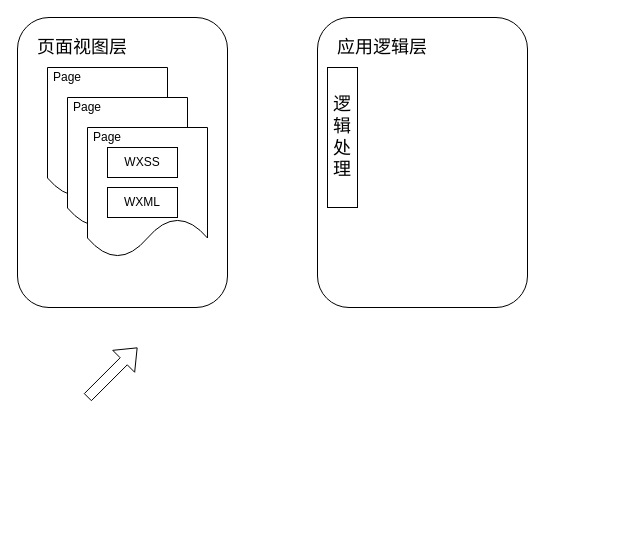
The draw.io diagram DoGood.drawio in yuhexue/IMOOCMessager, before the edit. Source tidied: cells renumbered, new cells numbered last; positions are measured from the earlier drawing's top-left corner, leaving out a move shared by most shapes. Both pictures are drawn from the tidied source at 100%, with x=0, y=0 at pixel (17, 17).
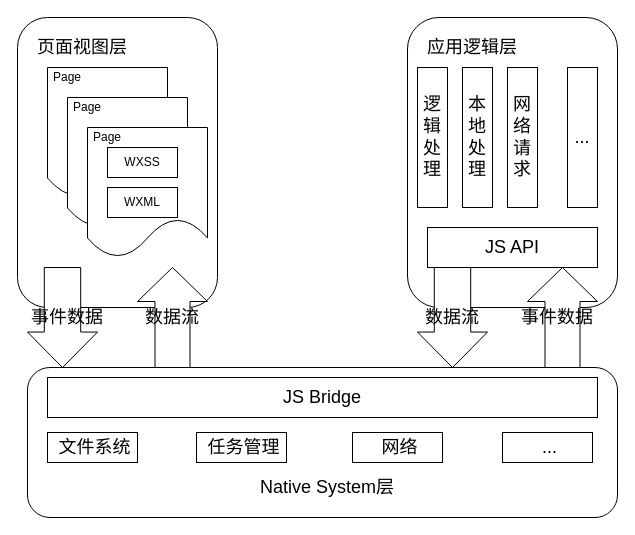
The same page after the edit.

Change to the diagram source:
```diff
@@
     <mxCell id="2" style="rounded=1;whiteSpace=wrap;html=1;" parent="1" vertex="1">
-      <mxGeometry width="210" height="290" as="geometry" />
+      <mxGeometry width="200" height="290" as="geometry" />
     </mxCell>
@@
-    <mxCell id="12" style="edgeStyle=orthogonalEdgeStyle;rounded=0;orthogonalLoop=1;jettySize=auto;html=1;exitX=0.5;exitY=1;exitDx=0;exitDy=0;" parent="1" edge="1" source="2" target="2">
-      <mxGeometry relative="1" as="geometry" />
+    <mxCell id="12" style="edgeStyle=orthogonalEdgeStyle;rounded=0;orthogonalLoop=1;jettySize=auto;html=1;exitX=0.5;exitY=1;exitDx=0;exitDy=0;" parent="1" edge="1">
+      <mxGeometry relative="1" as="geometry">
+        <mxPoint x="100" y="230" as="sourcePoint" />
+        <mxPoint x="100" y="230" as="targetPoint" />
+      </mxGeometry>
     </mxCell>
     <mxCell id="13" style="rounded=1;whiteSpace=wrap;html=1;" parent="1" vertex="1">
-      <mxGeometry x="300" width="210" height="290" as="geometry" />
+      <mxGeometry x="390" width="210" height="290" as="geometry" />
     </mxCell>
     <mxCell id="14" value="&lt;font style=&quot;font-size: 18px&quot;&gt;应用逻辑层&lt;/font&gt;" style="text;html=1;strokeColor=none;fillColor=none;align=center;verticalAlign=middle;whiteSpace=wrap;rounded=0;" parent="1" vertex="1">
-      <mxGeometry x="310" y="10" width="110" height="40" as="geometry" />
+      <mxGeometry x="400" y="10" width="110" height="40" as="geometry" />
     </mxCell>
@@
     <mxCell id="16" value="&lt;font style=&quot;font-size: 18px&quot;&gt;逻辑处理&lt;/font&gt;" style="rounded=0;whiteSpace=wrap;html=1;" parent="1" vertex="1">
-      <mxGeometry x="310" y="50" width="30" height="140" as="geometry" />
+      <mxGeometry x="400" y="50" width="30" height="140" as="geometry" />
     </mxCell>
-    <mxCell id="17" style="shape=flexArrow;endArrow=classic;html=1;" parent="1" edge="1">
-      <mxGeometry relative="1" as="geometry">
-        <mxPoint x="70" y="380" as="sourcePoint" />
-        <mxPoint x="120" y="330" as="targetPoint" />
-      </mxGeometry>
-    </mxCell>
+    <mxCell id="18" style="shape=singleArrow;direction=south;whiteSpace=wrap;html=1;arrowWidth=0.52;arrowSize=0.35454545454545455;" parent="1" vertex="1">
+      <mxGeometry x="10" y="250" width="70" height="100" as="geometry" />
+    </mxCell>
+    <mxCell id="19" value="&lt;font style=&quot;font-size: 18px&quot;&gt;事件数据&lt;/font&gt;" style="text;html=1;strokeColor=none;fillColor=none;align=center;verticalAlign=middle;whiteSpace=wrap;rounded=0;" parent="1" vertex="1">
+      <mxGeometry x="10" y="290" width="80" height="20" as="geometry" />
+    </mxCell>
+    <mxCell id="20" style="edgeStyle=orthogonalEdgeStyle;rounded=0;orthogonalLoop=1;jettySize=auto;html=1;exitX=0.5;exitY=1;exitDx=0;exitDy=0;" parent="1" edge="1" source="19" target="19">
+      <mxGeometry relative="1" as="geometry" />
+    </mxCell>
+    <mxCell id="21" style="shape=singleArrow;direction=south;whiteSpace=wrap;html=1;arrowWidth=0.52;arrowSize=0.35454545454545455;" parent="1" vertex="1">
+      <mxGeometry x="400" y="250" width="70" height="100" as="geometry" />
+    </mxCell>
+    <mxCell id="22" style="shape=singleArrow;direction=north;whiteSpace=wrap;html=1;arrowWidth=0.5;arrowSize=0.34;" parent="1" vertex="1">
+      <mxGeometry x="120" y="250" width="70" height="100" as="geometry" />
+    </mxCell>
+    <mxCell id="23" value="&lt;font size=&quot;4&quot;&gt;数据流&lt;/font&gt;" style="text;html=1;strokeColor=none;fillColor=none;align=center;verticalAlign=middle;whiteSpace=wrap;rounded=0;" parent="1" vertex="1">
+      <mxGeometry x="115" y="290" width="80" height="20" as="geometry" />
+    </mxCell>
+    <mxCell id="24" value="&lt;font size=&quot;4&quot;&gt;数据流&lt;/font&gt;" style="text;html=1;strokeColor=none;fillColor=none;align=center;verticalAlign=middle;whiteSpace=wrap;rounded=0;" parent="1" vertex="1">
+      <mxGeometry x="395" y="290" width="80" height="20" as="geometry" />
+    </mxCell>
+    <mxCell id="25" style="shape=singleArrow;direction=north;whiteSpace=wrap;html=1;arrowWidth=0.5;arrowSize=0.34;" parent="1" vertex="1">
+      <mxGeometry x="510" y="250" width="70" height="100" as="geometry" />
+    </mxCell>
+    <mxCell id="26" value="&lt;font style=&quot;font-size: 18px&quot;&gt;事件数据&lt;/font&gt;" style="text;html=1;strokeColor=none;fillColor=none;align=center;verticalAlign=middle;whiteSpace=wrap;rounded=0;" parent="1" vertex="1">
+      <mxGeometry x="500" y="290" width="80" height="20" as="geometry" />
+    </mxCell>
+    <mxCell id="27" value="&lt;font size=&quot;4&quot;&gt;本地处理&lt;/font&gt;" style="rounded=0;whiteSpace=wrap;html=1;" parent="1" vertex="1">
+      <mxGeometry x="445" y="50" width="30" height="140" as="geometry" />
+    </mxCell>
+    <mxCell id="28" value="&lt;font style=&quot;font-size: 18px&quot;&gt;JS API&lt;/font&gt;" style="rounded=0;whiteSpace=wrap;html=1;" parent="1" vertex="1">
+      <mxGeometry x="410" y="210" width="170" height="40" as="geometry" />
+    </mxCell>
+    <mxCell id="29" value="&lt;font size=&quot;4&quot;&gt;网络请求&lt;/font&gt;" style="rounded=0;whiteSpace=wrap;html=1;" parent="1" vertex="1">
+      <mxGeometry x="490" y="50" width="30" height="140" as="geometry" />
+    </mxCell>
+    <mxCell id="30" value="&lt;font size=&quot;4&quot;&gt;...&lt;/font&gt;" style="rounded=0;whiteSpace=wrap;html=1;" parent="1" vertex="1">
+      <mxGeometry x="550" y="50" width="30" height="140" as="geometry" />
+    </mxCell>
+    <mxCell id="31" style="rounded=1;whiteSpace=wrap;html=1;" parent="1" vertex="1">
+      <mxGeometry x="10" y="350" width="590" height="150" as="geometry" />
+    </mxCell>
+    <mxCell id="32" value="&lt;font style=&quot;font-size: 18px&quot;&gt;JS Bridge&lt;/font&gt;" style="rounded=0;whiteSpace=wrap;html=1;" parent="1" vertex="1">
+      <mxGeometry x="30" y="360" width="550" height="40" as="geometry" />
+    </mxCell>
+    <mxCell id="33" style="rounded=0;whiteSpace=wrap;html=1;" parent="1" vertex="1">
+      <mxGeometry x="30" y="415" width="90" height="30" as="geometry" />
+    </mxCell>
+    <mxCell id="34" value="&lt;font size=&quot;4&quot;&gt;文件系统&lt;/font&gt;" style="text;html=1;strokeColor=none;fillColor=none;align=center;verticalAlign=middle;whiteSpace=wrap;rounded=0;" parent="1" vertex="1">
+      <mxGeometry x="30" y="420" width="95" height="20" as="geometry" />
+    </mxCell>
+    <mxCell id="35" style="rounded=0;whiteSpace=wrap;html=1;" parent="1" vertex="1">
+      <mxGeometry x="179" y="415" width="90" height="30" as="geometry" />
+    </mxCell>
+    <mxCell id="36" value="&lt;font size=&quot;4&quot;&gt;任务管理&lt;/font&gt;" style="text;html=1;strokeColor=none;fillColor=none;align=center;verticalAlign=middle;whiteSpace=wrap;rounded=0;" parent="1" vertex="1">
+      <mxGeometry x="179" y="420" width="95" height="20" as="geometry" />
+    </mxCell>
+    <mxCell id="37" style="rounded=0;whiteSpace=wrap;html=1;" parent="1" vertex="1">
+      <mxGeometry x="335" y="415" width="90" height="30" as="geometry" />
+    </mxCell>
+    <mxCell id="38" value="&lt;font size=&quot;4&quot;&gt;网络&lt;/font&gt;" style="text;html=1;strokeColor=none;fillColor=none;align=center;verticalAlign=middle;whiteSpace=wrap;rounded=0;" parent="1" vertex="1">
+      <mxGeometry x="335" y="420" width="95" height="20" as="geometry" />
+    </mxCell>
+    <mxCell id="39" style="rounded=0;whiteSpace=wrap;html=1;" parent="1" vertex="1">
+      <mxGeometry x="485" y="415" width="90" height="30" as="geometry" />
+    </mxCell>
+    <mxCell id="40" value="&lt;font size=&quot;4&quot;&gt;...&lt;/font&gt;" style="text;html=1;strokeColor=none;fillColor=none;align=center;verticalAlign=middle;whiteSpace=wrap;rounded=0;" parent="1" vertex="1">
+      <mxGeometry x="485" y="420" width="95" height="20" as="geometry" />
+    </mxCell>
+    <mxCell id="41" value="&lt;font style=&quot;font-size: 18px&quot;&gt;Native System层&lt;/font&gt;" style="text;html=1;strokeColor=none;fillColor=none;align=center;verticalAlign=middle;whiteSpace=wrap;rounded=0;" parent="1" vertex="1">
+      <mxGeometry x="195" y="450" width="230" height="40" as="geometry" />
+    </mxCell>
```
